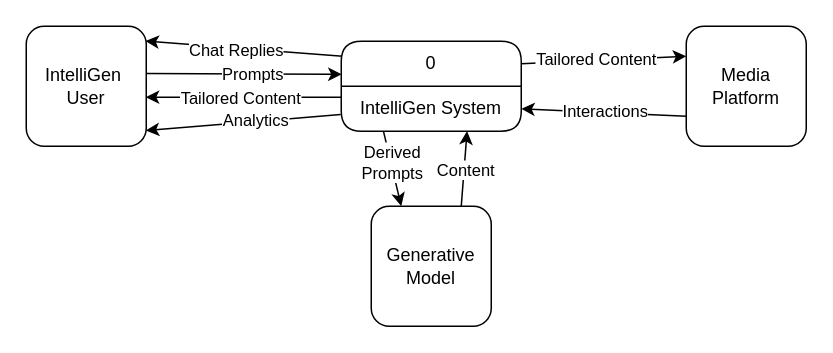
Above: SENG 321/RSDCFD.drawio in amirabdullahi1/gold (draw.io), before the change. Source tidied: cells renumbered, new cells numbered last; positions are measured from the earlier drawing's top-left corner, leaving out a move shared by most shapes. Both pictures are drawn from the tidied source at 150%, with x=0, y=0 at pixel (26, 26).
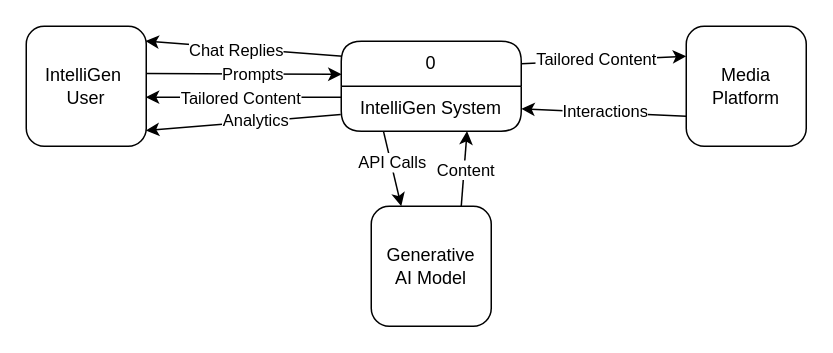
The same diagram, later.

The change refers to these unchanged cells:
```xml
<mxCell id="8" style="rounded=0;jettySize=auto;html=1;entryX=0.25;entryY=0;entryDx=0;entryDy=0;exitX=0.235;exitY=1.009;exitDx=0;exitDy=0;exitPerimeter=0;" parent="1" edge="1" source="11" target="20">
  <mxGeometry relative="1" as="geometry" />
</mxCell>
```

What changed in the source:
```diff
@@
-    <mxCell id="9" value="&lt;div&gt;Derived&lt;/div&gt;&lt;div&gt;Prompts&lt;/div&gt;" style="edgeLabel;html=1;align=center;verticalAlign=middle;" parent="8" vertex="1">
+    <mxCell id="9" value="&lt;div&gt;API Calls&lt;/div&gt;" style="edgeLabel;html=1;align=center;verticalAlign=middle;" parent="8" vertex="1">
       <mxGeometry x="-0.17" relative="1" as="geometry" />
     </mxCell>
@@
-    <mxCell id="20" value="&lt;div&gt;Generative&lt;/div&gt;&lt;div&gt;Model&lt;/div&gt;" style="whiteSpace=wrap;html=1;rounded=1;" parent="1" vertex="1">
+    <mxCell id="20" value="&lt;div&gt;Generative&lt;/div&gt;&lt;div&gt;AI Model&lt;/div&gt;" style="whiteSpace=wrap;html=1;rounded=1;" parent="1" vertex="1">
       <mxGeometry x="230" y="120" width="80" height="80" as="geometry" />
     </mxCell>
```
